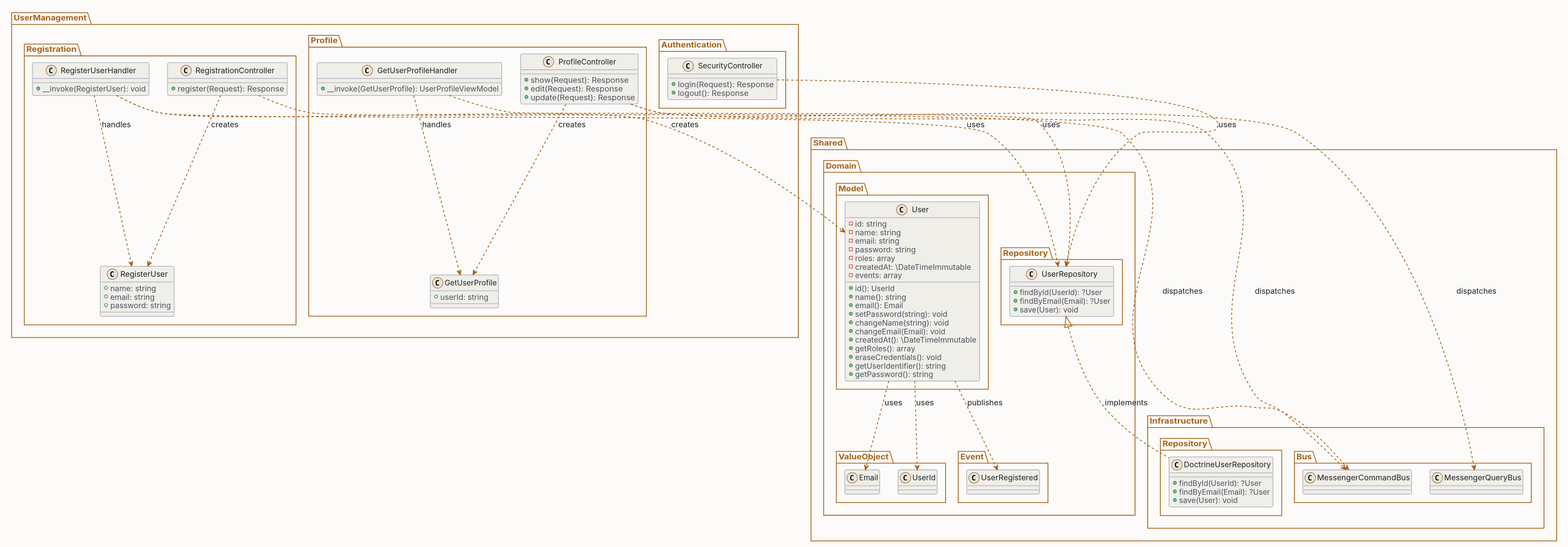
The PlantUML diagram public/images/diagrams/7_examples/users/diagram-light.svg in MichalKatuscak/ddd-v-symfony, before a commit. The source it was exported from:
```plantuml
@startuml diagram
skinparam dpi 150
skinparam backgroundColor #fcfbf9
skinparam shadowing false
skinparam roundCorner 6

skinparam defaultFontName "DejaVu Sans"
skinparam defaultFontSize 14
skinparam defaultFontColor #1c1f26
skinparam defaultTextAlignment center


skinparam ArrowColor #a2621c
skinparam ArrowFontColor #1c1f26
skinparam ArrowThickness 1.5

skinparam node {
  BackgroundColor #f0eee8
  BorderColor #b6bac2
  FontColor #1c1f26
}

skinparam component {
  BackgroundColor #f0eee8
  BorderColor #b6bac2
  FontColor #1c1f26
}

skinparam rectangle {
  BackgroundColor #f0eee8
  BorderColor #b6bac2
  FontColor #1c1f26
}

skinparam package {
  BackgroundColor #fcfbf9
  BorderColor #a2621c
  FontColor #a2621c
}

skinparam folder {
  BackgroundColor #f0eee8
  BorderColor #b6bac2
  FontColor #1c1f26
}

skinparam frame {
  BackgroundColor #f0eee8
  BorderColor #b6bac2
  FontColor #1c1f26
}

skinparam database {
  BackgroundColor #e6e3dc
  BorderColor #b6bac2
  FontColor #1c1f26
}

skinparam queue {
  BackgroundColor #e6e3dc
  BorderColor #b6bac2
  FontColor #1c1f26
}

skinparam cloud {
  BackgroundColor #e6e3dc
  BorderColor #b6bac2
  FontColor #1c1f26
}

skinparam actor {
  BackgroundColor #f0eee8
  BorderColor #a2621c
  FontColor #1c1f26
}

skinparam usecase {
  BackgroundColor #f0eee8
  BorderColor #b6bac2
  FontColor #1c1f26
}

skinparam class {
  BackgroundColor #f0eee8
  BorderColor #b6bac2
  HeaderBackgroundColor #e6e3dc
  ArrowColor #a2621c
  FontColor #1c1f26
  AttributeFontColor #4a5160
  StereotypeFontColor #a2621c
}

skinparam object {
  BackgroundColor #f0eee8
  BorderColor #b6bac2
  FontColor #1c1f26
}

skinparam sequence {
  ParticipantBackgroundColor #f0eee8
  ParticipantBorderColor #b6bac2
  ParticipantFontColor #1c1f26
  ActorBackgroundColor #f0eee8
  ActorBorderColor #a2621c
  ActorFontColor #1c1f26
  LifeLineBorderColor #b6bac2
  LifeLineBackgroundColor #e6e3dc
  ArrowColor #a2621c
  ArrowFontColor #1c1f26
  GroupBackgroundColor #e6e3dc
  GroupBorderColor #b6bac2
  GroupFontColor #4a5160
  GroupHeaderFontColor #a2621c
  BoxBackgroundColor #fcfbf9
  BoxBorderColor #a2621c
  BoxFontColor #a2621c
  DividerBackgroundColor #e6e3dc
  DividerBorderColor #b6bac2
  DividerFontColor #4a5160
  ReferenceBackgroundColor #f0eee8
  ReferenceBorderColor #b6bac2
  ReferenceFontColor #1c1f26
  ReferenceHeaderBackgroundColor #e6e3dc
  StereotypeFontColor #a2621c
}

skinparam state {
  BackgroundColor #f0eee8
  BorderColor #b6bac2
  FontColor #1c1f26
  StartColor #a2621c
  EndColor #a2621c
  ArrowColor #a2621c
  AttributeFontColor #4a5160
}

skinparam activity {
  BackgroundColor #f0eee8
  BorderColor #b6bac2
  FontColor #1c1f26
  ArrowColor #a2621c
  StartColor #a2621c
  EndColor #a2621c
  BarColor #a2621c
  DiamondBackgroundColor #e6e3dc
  DiamondBorderColor #b6bac2
  DiamondFontColor #1c1f26
}

skinparam note {
  BackgroundColor #e6e3dc
  BorderColor #b6bac2
  FontColor #4a5160
}

skinparam title {
  FontColor #1c1f26
  FontSize 18
}

skinparam legend {
  BackgroundColor #f0eee8
  BorderColor #b6bac2
  FontColor #4a5160
}

skinparam caption {
  FontColor #4a5160
}

skinparam stereotype {
  CBackgroundColor #e6e3dc
  CBorderColor #a2621c
  ABackgroundColor #e6e3dc
  ABorderColor #a2621c
  IBackgroundColor #e6e3dc
  IBorderColor #a2621c
  EBackgroundColor #e6e3dc
  EBorderColor #a2621c
}


package "UserManagement" as UserManagement {
  package "Registration" as Registration {
    class "RegisterUser" as RegisterUserCommand {
      + name: string
      + email: string
      + password: string
    }

    class "RegisterUserHandler" as RegisterUserHandler {
      + __invoke(RegisterUser): void
    }

    class "RegistrationController" as RegistrationController {
      + register(Request): Response
    }
  }

  package "Authentication" as Authentication {
    class "SecurityController" as SecurityController {
      + login(Request): Response
      + logout(): Response
    }
  }

  package "Profile" as Profile {
    class "GetUserProfile" as GetUserProfileQuery {
      + userId: string
    }

    class "GetUserProfileHandler" as GetUserProfileHandler {
      + __invoke(GetUserProfile): UserProfileViewModel
    }

    class "ProfileController" as ProfileController {
      + show(Request): Response
      + edit(Request): Response
      + update(Request): Response
    }
  }
}

package "Shared" as Shared {
  package "Domain" as SharedDomain {
    package "Model" as SharedModel {
      class "User" as UserEntity {
        - id: string
        - name: string
        - email: string
        - password: string
        - roles: array
        - createdAt: \DateTimeImmutable
        - events: array
        + id(): UserId
        + name(): string
        + email(): Email
        + setPassword(string): void
        + changeName(string): void
        + changeEmail(Email): void
        + createdAt(): \DateTimeImmutable
        + getRoles(): array
        + eraseCredentials(): void
        + getUserIdentifier(): string
        + getPassword(): string
      }
    }

    package "ValueObject" as SharedValueObject {
      class "UserId" as UserIdVO
      class "Email" as EmailVO
    }

    package "Event" as SharedEvent {
      class "UserRegistered" as UserRegisteredEvent
    }

    package "Repository" as SharedRepository {
      class "UserRepository" as UserRepositoryInterface {
        + findById(UserId): ?User
        + findByEmail(Email): ?User
        + save(User): void
      }
    }
  }

  package "Infrastructure" as SharedInfrastructure {
    package "Repository" as SharedInfraRepo {
      class "DoctrineUserRepository" as DoctrineUserRepo {
        + findById(UserId): ?User
        + findByEmail(Email): ?User
        + save(User): void
      }
    }

    package "Bus" as SharedBus {
      class "MessengerCommandBus" as CommandBus
      class "MessengerQueryBus" as QueryBus
    }
  }
}

UserEntity ..> UserIdVO : uses
UserEntity ..> EmailVO : uses
UserEntity ..> UserRegisteredEvent : publishes

UserRepositoryInterface <|.. DoctrineUserRepo : implements

RegisterUserHandler ..> UserRepositoryInterface : uses
RegisterUserHandler ..> UserEntity : creates
RegisterUserHandler ..> RegisterUserCommand : handles

GetUserProfileHandler ..> UserRepositoryInterface : uses
GetUserProfileHandler ..> GetUserProfileQuery : handles

RegistrationController ..> RegisterUserCommand : creates
RegistrationController ..> CommandBus : dispatches

ProfileController ..> GetUserProfileQuery : creates
ProfileController ..> CommandBus : dispatches
ProfileController ..> QueryBus : dispatches

SecurityController ..> UserRepositoryInterface : uses

@enduml
```
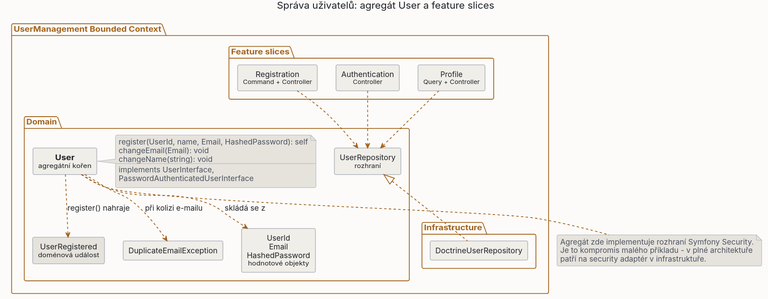
Above is the later version.

Change to the diagram source:
```diff
@@ -179,127 +179,52 @@
   EBorderColor #a2621c
 }
 
+title Správa uživatelů: agregát User a feature slices
 
-package "UserManagement" as UserManagement {
-  package "Registration" as Registration {
-    class "RegisterUser" as RegisterUserCommand {
-      + name: string
-      + email: string
-      + password: string
-    }
+package "UserManagement Bounded Context" as UM {
 
-    class "RegisterUserHandler" as RegisterUserHandler {
-      + __invoke(RegisterUser): void
-    }
+  package "Domain" as Domain {
+    rectangle "**User**\n<size:12>agregátní kořen</size>" as User
+    note right of User
+      register(UserId, name, Email, HashedPassword): self
+      changeEmail(Email): void
+      changeName(string): void
+      --
+      implements UserInterface,
+      PasswordAuthenticatedUserInterface
+    end note
 
-    class "RegistrationController" as RegistrationController {
-      + register(Request): Response
-    }
+    rectangle "UserId\nEmail\nHashedPassword\n<size:12>hodnotové objekty</size>" as VOs
+    rectangle "UserRegistered\n<size:12>doménová událost</size>" as Event #e6e3dc
+    rectangle "DuplicateEmailException" as Ex
+    rectangle "UserRepository\n<size:12>rozhraní</size>" as Repo
   }
 
-  package "Authentication" as Authentication {
-    class "SecurityController" as SecurityController {
-      + login(Request): Response
-      + logout(): Response
-    }
+  package "Infrastructure" as Infra {
+    rectangle "DoctrineUserRepository" as DoctrineRepo
   }
 
-  package "Profile" as Profile {
-    class "GetUserProfile" as GetUserProfileQuery {
-      + userId: string
-    }
-
-    class "GetUserProfileHandler" as GetUserProfileHandler {
-      + __invoke(GetUserProfile): UserProfileViewModel
-    }
-
-    class "ProfileController" as ProfileController {
-      + show(Request): Response
-      + edit(Request): Response
-      + update(Request): Response
-    }
+  package "Feature slices" as Slices {
+    rectangle "Registration\n<size:11>Command + Controller</size>" as S1
+    rectangle "Authentication\n<size:11>Controller</size>" as S2
+    rectangle "Profile\n<size:11>Query + Controller</size>" as S3
   }
 }
 
-package "Shared" as Shared {
-  package "Domain" as SharedDomain {
-    package "Model" as SharedModel {
-      class "User" as UserEntity {
-        - id: string
-        - name: string
-        - email: string
-        - password: string
-        - roles: array
-        - createdAt: \DateTimeImmutable
-        - events: array
-        + id(): UserId
-        + name(): string
-        + email(): Email
-        + setPassword(string): void
-        + changeName(string): void
-        + changeEmail(Email): void
-        + createdAt(): \DateTimeImmutable
-        + getRoles(): array
-        + eraseCredentials(): void
-        + getUserIdentifier(): string
-        + getPassword(): string
-      }
-    }
+User ..> VOs : skládá se z
+User ..> Event : register() nahraje
+User ..> Ex : při kolizi e-mailu
 
-    package "ValueObject" as SharedValueObject {
-      class "UserId" as UserIdVO
-      class "Email" as EmailVO
-    }
+Repo <|.. DoctrineRepo
 
-    package "Event" as SharedEvent {
-      class "UserRegistered" as UserRegisteredEvent
-    }
+S1 ..> Repo
+S2 ..> Repo
+S3 ..> Repo
 
-    package "Repository" as SharedRepository {
-      class "UserRepository" as UserRepositoryInterface {
-        + findById(UserId): ?User
-        + findByEmail(Email): ?User
-        + save(User): void
-      }
-    }
-  }
-
-  package "Infrastructure" as SharedInfrastructure {
-    package "Repository" as SharedInfraRepo {
-      class "DoctrineUserRepository" as DoctrineUserRepo {
-        + findById(UserId): ?User
-        + findByEmail(Email): ?User
-        + save(User): void
-      }
-    }
-
-    package "Bus" as SharedBus {
-      class "MessengerCommandBus" as CommandBus
-      class "MessengerQueryBus" as QueryBus
-    }
-  }
-}
-
-UserEntity ..> UserIdVO : uses
-UserEntity ..> EmailVO : uses
-UserEntity ..> UserRegisteredEvent : publishes
-
-UserRepositoryInterface <|.. DoctrineUserRepo : implements
-
-RegisterUserHandler ..> UserRepositoryInterface : uses
-RegisterUserHandler ..> UserEntity : creates
-RegisterUserHandler ..> RegisterUserCommand : handles
-
-GetUserProfileHandler ..> UserRepositoryInterface : uses
-GetUserProfileHandler ..> GetUserProfileQuery : handles
-
-RegistrationController ..> RegisterUserCommand : creates
-RegistrationController ..> CommandBus : dispatches
-
-ProfileController ..> GetUserProfileQuery : creates
-ProfileController ..> CommandBus : dispatches
-ProfileController ..> QueryBus : dispatches
-
-SecurityController ..> UserRepositoryInterface : uses
+note bottom of User
+  Agregát zde implementuje rozhraní Symfony Security.
+  Je to kompromis malého příkladu - v plné architektuře
+  patří na security adaptér v infrastruktuře.
+end note
 
 @enduml
```
